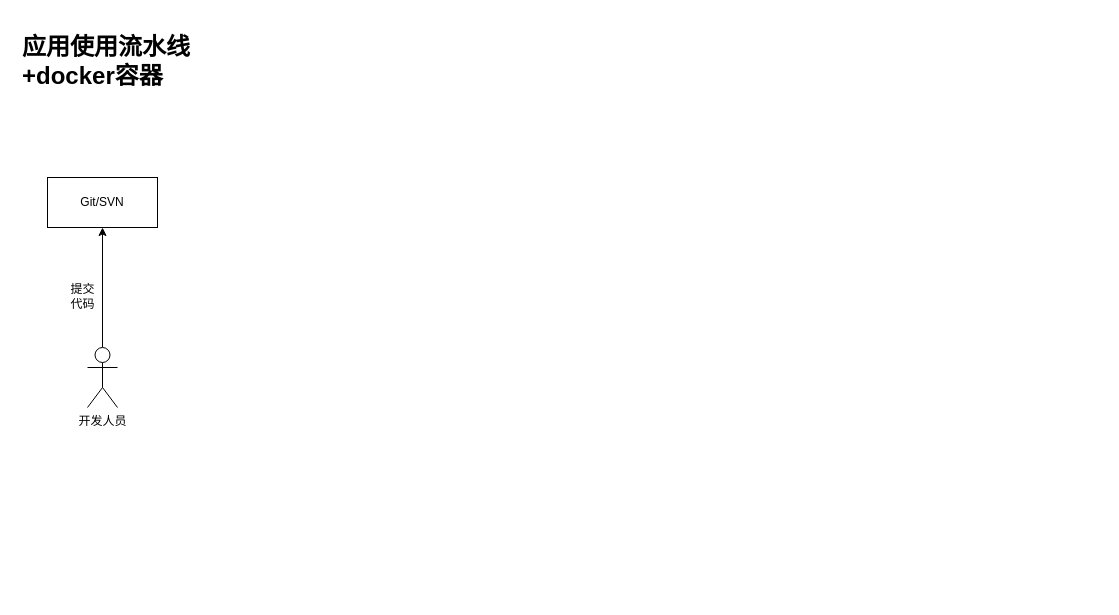
This is 容器启动.drawio from coutcin-xw/FlowChart, a draw.io file, before an edit. Source tidied: cells renumbered, new cells numbered last; positions are measured from the earlier drawing's top-left corner, leaving out a move shared by most shapes. Both pictures are drawn from the tidied source at 100%, with x=0, y=0 at pixel (17, 27).
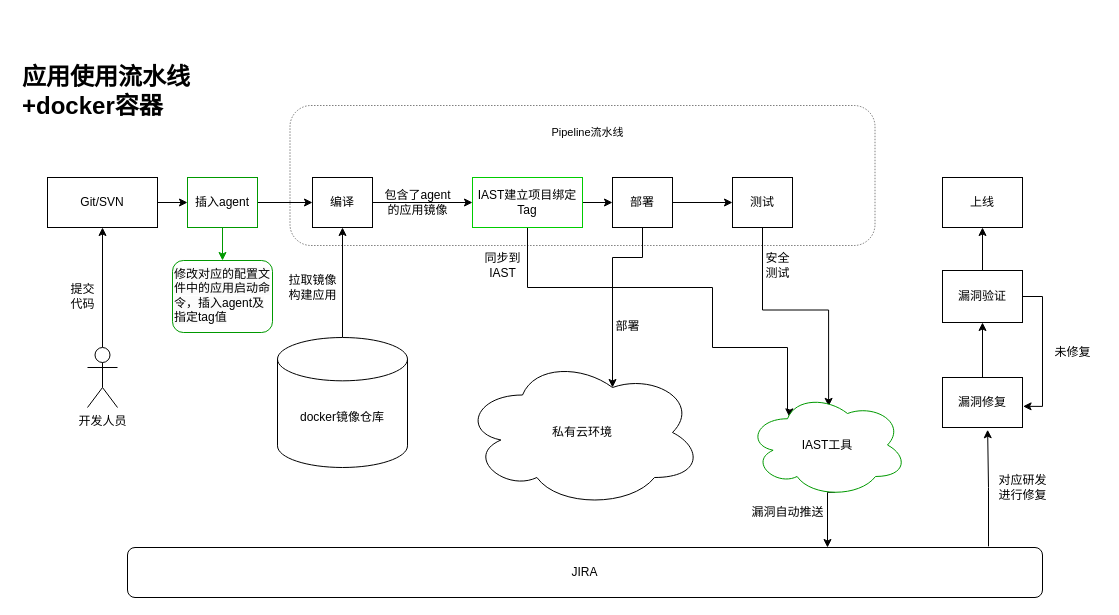
Above is the later version.

Commit message (it also covers changes not shown here):
更新容器启动.drawio

The change refers to these unchanged cells:
```xml
<mxCell id="3" value="Git/SVN" style="rounded=0;whiteSpace=wrap;html=1;" parent="1" vertex="1">
  <mxGeometry x="30" y="150" width="110" height="50" as="geometry" />
</mxCell>
```

Diff of the diagram source:
```diff
@@
     <mxCell id="2" value="&lt;h1&gt;应用使用流水线+docker容器&lt;/h1&gt;" style="text;html=1;strokeColor=none;fillColor=none;spacing=5;spacingTop=-20;whiteSpace=wrap;overflow=hidden;rounded=0;" parent="1" vertex="1">
-      <mxGeometry width="190" height="110" as="geometry" />
+      <mxGeometry y="30" width="190" height="110" as="geometry" />
     </mxCell>
+    <mxCell id="7" style="edgeStyle=orthogonalEdgeStyle;rounded=0;jettySize=auto;html=1;" parent="1" edge="1" source="3" target="43">
+      <mxGeometry relative="1" as="geometry" />
+    </mxCell>
@@
+    <mxCell id="8" style="edgeStyle=orthogonalEdgeStyle;rounded=0;jettySize=auto;html=1;exitX=1;exitY=0.5;exitDx=0;exitDy=0;entryX=0;entryY=0.5;entryDx=0;entryDy=0;strokeWidth=1;" parent="1" edge="1" source="10" target="16">
+      <mxGeometry relative="1" as="geometry" />
+    </mxCell>
+    <mxCell id="9" style="edgeStyle=orthogonalEdgeStyle;rounded=0;jettySize=auto;html=1;entryX=0.5;entryY=1;entryDx=0;entryDy=0;exitX=0.5;exitY=0;exitDx=0;exitDy=0;exitPerimeter=0;" parent="1" edge="1" source="19" target="10">
+      <mxGeometry relative="1" as="geometry" />
+    </mxCell>
+    <mxCell id="10" value="编译" style="rounded=0;whiteSpace=wrap;html=1;" parent="1" vertex="1">
+      <mxGeometry x="295" y="150" width="60" height="50" as="geometry" />
+    </mxCell>
+    <mxCell id="11" style="edgeStyle=orthogonalEdgeStyle;rounded=0;jettySize=auto;html=1;" parent="1" edge="1" source="13" target="22">
+      <mxGeometry relative="1" as="geometry" />
+    </mxCell>
+    <mxCell id="12" style="edgeStyle=orthogonalEdgeStyle;rounded=0;jettySize=auto;html=1;entryX=0.625;entryY=0.2;entryDx=0;entryDy=0;entryPerimeter=0;" parent="1" edge="1" source="13" target="23">
+      <mxGeometry relative="1" as="geometry">
+        <Array as="points">
+          <mxPoint x="625" y="230" />
+          <mxPoint x="595" y="230" />
+        </Array>
+      </mxGeometry>
+    </mxCell>
+    <mxCell id="13" value="部署" style="rounded=0;whiteSpace=wrap;html=1;" parent="1" vertex="1">
+      <mxGeometry x="595" y="150" width="60" height="50" as="geometry" />
+    </mxCell>
+    <mxCell id="14" style="edgeStyle=orthogonalEdgeStyle;rounded=0;jettySize=auto;html=1;exitX=1;exitY=0.5;exitDx=0;exitDy=0;entryX=0;entryY=0.5;entryDx=0;entryDy=0;" parent="1" edge="1" source="16" target="13">
+      <mxGeometry relative="1" as="geometry" />
+    </mxCell>
+    <mxCell id="15" style="edgeStyle=orthogonalEdgeStyle;rounded=0;jettySize=auto;html=1;entryX=0.261;entryY=0.232;entryDx=0;entryDy=0;entryPerimeter=0;" parent="1" edge="1" source="16" target="26">
+      <mxGeometry relative="1" as="geometry">
+        <Array as="points">
+          <mxPoint x="510" y="260" />
+          <mxPoint x="695" y="260" />
+          <mxPoint x="695" y="320" />
+          <mxPoint x="770" y="320" />
+          <mxPoint x="770" y="382" />
+          <mxPoint x="772" y="382" />
+        </Array>
+      </mxGeometry>
+    </mxCell>
+    <mxCell id="16" value="IAST建立项目绑定Tag" style="whiteSpace=wrap;html=1;strokeColor=#00CC00;" parent="1" vertex="1">
+      <mxGeometry x="455" y="150" width="110" height="50" as="geometry" />
+    </mxCell>
+    <mxCell id="17" style="rounded=1;whiteSpace=wrap;html=1;dashed=1;fillColor=none;strokeWidth=0.5;" parent="1" vertex="1">
+      <mxGeometry x="272.5" y="78" width="585" height="140" as="geometry" />
+    </mxCell>
+    <mxCell id="18" value="&lt;font style=&quot;font-size: 11px;&quot;&gt;Pipeline流水线&lt;/font&gt;" style="text;html=1;align=center;verticalAlign=middle;strokeColor=none;fillColor=none;" parent="1" vertex="1">
+      <mxGeometry x="520" y="90" width="100" height="30" as="geometry" />
+    </mxCell>
+    <mxCell id="19" value="&lt;br&gt;&lt;br&gt;docker镜像仓库&lt;br&gt;" style="strokeWidth=1;html=1;shape=mxgraph.flowchart.database;whiteSpace=wrap;" parent="1" vertex="1">
+      <mxGeometry x="260" y="310" width="130" height="130" as="geometry" />
+    </mxCell>
+    <mxCell id="20" value="拉取镜像&lt;br&gt;构建应用" style="text;align=center;verticalAlign=middle;strokeColor=none;fillColor=none;html=1;" parent="1" vertex="1">
+      <mxGeometry x="260" y="240" width="70" height="40" as="geometry" />
+    </mxCell>
+    <mxCell id="21" style="edgeStyle=orthogonalEdgeStyle;rounded=0;jettySize=auto;html=1;entryX=0.507;entryY=0.132;entryDx=0;entryDy=0;entryPerimeter=0;" parent="1" edge="1" source="22" target="26">
+      <mxGeometry relative="1" as="geometry" />
+    </mxCell>
+    <mxCell id="22" value="测试" style="whiteSpace=wrap;html=1;" parent="1" vertex="1">
+      <mxGeometry x="715" y="150" width="60" height="50" as="geometry" />
+    </mxCell>
+    <mxCell id="23" value="私有云环境" style="ellipse;shape=cloud;whiteSpace=wrap;html=1;align=center;" parent="1" vertex="1">
+      <mxGeometry x="445" y="330" width="240" height="150" as="geometry" />
+    </mxCell>
+    <mxCell id="24" value="部署" style="text;html=1;align=center;verticalAlign=middle;strokeColor=none;fillColor=none;" parent="1" vertex="1">
+      <mxGeometry x="585" y="284" width="50" height="30" as="geometry" />
+    </mxCell>
+    <mxCell id="25" style="edgeStyle=orthogonalEdgeStyle;rounded=0;jettySize=auto;html=1;exitX=0.55;exitY=0.95;exitDx=0;exitDy=0;exitPerimeter=0;" parent="1" edge="1" source="26" target="40">
+      <mxGeometry relative="1" as="geometry">
+        <Array as="points">
+          <mxPoint x="810" y="465" />
+        </Array>
+      </mxGeometry>
+    </mxCell>
+    <mxCell id="26" value="IAST工具" style="ellipse;shape=cloud;whiteSpace=wrap;html=1;strokeColor=#009900;" parent="1" vertex="1">
+      <mxGeometry x="730" y="365" width="160" height="105" as="geometry" />
+    </mxCell>
+    <mxCell id="27" value="同步到&lt;br&gt;IAST" style="text;html=1;align=center;verticalAlign=middle;strokeColor=none;fillColor=none;" parent="1" vertex="1">
+      <mxGeometry x="455" y="218" width="60" height="40" as="geometry" />
+    </mxCell>
+    <mxCell id="28" value="安全&lt;br&gt;测试" style="text;html=1;align=center;verticalAlign=middle;strokeColor=none;fillColor=none;" parent="1" vertex="1">
+      <mxGeometry x="735" y="218" width="50" height="40" as="geometry" />
+    </mxCell>
+    <mxCell id="29" value="上线" style="whiteSpace=wrap;html=1;" parent="1" vertex="1">
+      <mxGeometry x="925" y="150" width="80" height="50" as="geometry" />
+    </mxCell>
+    <mxCell id="30" style="edgeStyle=orthogonalEdgeStyle;rounded=0;jettySize=auto;html=1;exitX=0.5;exitY=0;exitDx=0;exitDy=0;entryX=0.5;entryY=1;entryDx=0;entryDy=0;" parent="1" edge="1" source="32" target="29">
+      <mxGeometry relative="1" as="geometry" />
+    </mxCell>
+    <mxCell id="31" style="edgeStyle=orthogonalEdgeStyle;rounded=0;jettySize=auto;html=1;entryX=1.007;entryY=0.577;entryDx=0;entryDy=0;entryPerimeter=0;exitX=1;exitY=0.5;exitDx=0;exitDy=0;" parent="1" edge="1" source="32" target="36">
+      <mxGeometry relative="1" as="geometry" />
+    </mxCell>
+    <mxCell id="32" value="漏洞验证" style="whiteSpace=wrap;html=1;" parent="1" vertex="1">
+      <mxGeometry x="925" y="243" width="80" height="52" as="geometry" />
+    </mxCell>
+    <mxCell id="33" value="漏洞自动推送" style="text;html=1;align=center;verticalAlign=middle;strokeColor=none;fillColor=none;" parent="1" vertex="1">
+      <mxGeometry x="720" y="470" width="100" height="30" as="geometry" />
+    </mxCell>
+    <mxCell id="34" style="edgeStyle=orthogonalEdgeStyle;rounded=0;jettySize=auto;html=1;exitX=0.5;exitY=0;exitDx=0;exitDy=0;entryX=0.5;entryY=1;entryDx=0;entryDy=0;" parent="1" edge="1" source="36" target="32">
+      <mxGeometry relative="1" as="geometry" />
+    </mxCell>
+    <mxCell id="35" style="edgeStyle=orthogonalEdgeStyle;rounded=0;jettySize=auto;html=1;entryX=0.564;entryY=1.045;entryDx=0;entryDy=0;entryPerimeter=0;exitX=0.941;exitY=-0.023;exitDx=0;exitDy=0;exitPerimeter=0;" parent="1" edge="1" source="40" target="36">
+      <mxGeometry relative="1" as="geometry" />
+    </mxCell>
+    <mxCell id="36" value="漏洞修复" style="whiteSpace=wrap;html=1;" parent="1" vertex="1">
+      <mxGeometry x="925" y="350" width="80" height="50" as="geometry" />
+    </mxCell>
+    <mxCell id="37" value="对应研发&lt;br&gt;进行修复" style="text;html=1;align=center;verticalAlign=middle;strokeColor=none;fillColor=none;" parent="1" vertex="1">
+      <mxGeometry x="970" y="440" width="70" height="40" as="geometry" />
+    </mxCell>
+    <mxCell id="38" value="未修复" style="text;html=1;align=center;verticalAlign=middle;strokeColor=none;fillColor=none;" parent="1" vertex="1">
+      <mxGeometry x="1025" y="310" width="60" height="30" as="geometry" />
+    </mxCell>
+    <mxCell id="39" value="包含了agent&lt;br&gt;的应用镜像" style="text;html=1;align=center;verticalAlign=middle;strokeColor=none;fillColor=none;" parent="1" vertex="1">
+      <mxGeometry x="355" y="155" width="90" height="40" as="geometry" />
+    </mxCell>
+    <mxCell id="40" value="JIRA" style="rounded=1;whiteSpace=wrap;html=1;" parent="1" vertex="1">
+      <mxGeometry x="110" y="520" width="915" height="50" as="geometry" />
+    </mxCell>
+    <mxCell id="41" style="edgeStyle=orthogonalEdgeStyle;rounded=0;jettySize=auto;html=1;entryX=0;entryY=0.5;entryDx=0;entryDy=0;" parent="1" edge="1" source="43" target="10">
+      <mxGeometry relative="1" as="geometry" />
+    </mxCell>
+    <mxCell id="42" style="edgeStyle=orthogonalEdgeStyle;rounded=0;jettySize=auto;html=1;strokeColor=#009900;" parent="1" edge="1" source="43" target="44">
+      <mxGeometry relative="1" as="geometry" />
+    </mxCell>
+    <mxCell id="43" value="插入agent" style="whiteSpace=wrap;html=1;strokeColor=#009900;" parent="1" vertex="1">
+      <mxGeometry x="170" y="150" width="70" height="50" as="geometry" />
+    </mxCell>
+    <mxCell id="44" value="&lt;span style=&quot;color: rgb(0, 0, 0); font-family: Helvetica; font-size: 12px; font-style: normal; font-variant-ligatures: normal; font-variant-caps: normal; font-weight: 400; letter-spacing: normal; orphans: 2; text-align: center; text-indent: 0px; text-transform: none; widows: 2; word-spacing: 0px; -webkit-text-stroke-width: 0px; background-color: rgb(251, 251, 251); text-decoration-thickness: initial; text-decoration-style: initial; text-decoration-color: initial; float: none; display: inline !important;&quot;&gt;修改对应的配置文件中的应用启动命令，插入agent及指定tag值&lt;/span&gt;" style="text;whiteSpace=wrap;html=1;strokeColor=#009900;glass=0;rounded=1;shadow=0;" parent="1" vertex="1">
+      <mxGeometry x="155" y="233" width="100" height="72" as="geometry" />
+    </mxCell>
```
